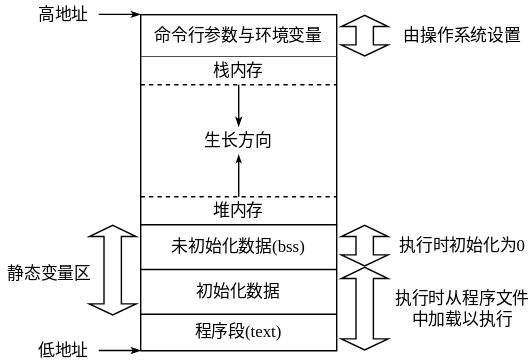
Deadline039/Deadline039.github.io keeps this draw.io diagram as docs/public/C/memory-layout.svg. Above is the earlier version. Source tidied: cells renumbered, new cells last; positions are measured from the earlier drawing's top-left corner, leaving out a move shared by most shapes.
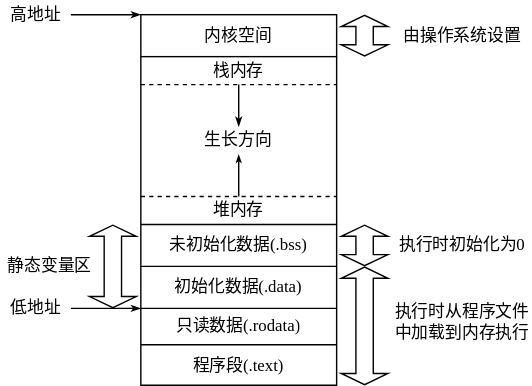
Later version of the same file.

Diff of the diagram source:
```diff
@@ -2,38 +2,46 @@
   <root>
     <mxCell id="0" />
     <mxCell id="1" parent="0" />
-    <mxCell id="2" value="命令行参数与环境变量" style="rounded=0;whiteSpace=wrap;html=1;fontFamily=PingFang SC;" parent="1" vertex="1">
+    <mxCell id="2" value="内核空间" style="rounded=0;whiteSpace=wrap;html=1;fontFamily=PingFang SC;" parent="1" vertex="1">
       <mxGeometry x="100" y="10" width="140" height="30" as="geometry" />
     </mxCell>
-    <mxCell id="3" value="栈内存" style="rounded=0;whiteSpace=wrap;html=1;dashed=1;dashPattern=8 8;strokeColor=none;fontFamily=PingFang SC;" parent="1" vertex="1">
+    <mxCell id="3" value="栈内存" style="rounded=0;whiteSpace=wrap;html=1;dashed=1;dashPattern=8 8;strokeColor=none;fontFamily=PingFang SC;fillColor=none;" parent="1" vertex="1">
       <mxGeometry x="100" y="40" width="140" height="20" as="geometry" />
     </mxCell>
     <mxCell id="4" value="堆内存" style="rounded=0;whiteSpace=wrap;html=1;fillColor=default;strokeColor=none;fontFamily=PingFang SC;" parent="1" vertex="1">
       <mxGeometry x="100" y="140" width="140" height="20" as="geometry" />
     </mxCell>
-    <mxCell id="5" style="shape=table;startSize=0;fontSize=12;fontFamily=PingFang SC;" parent="1" vertex="1">
-      <mxGeometry x="100" y="160" width="140" height="90" as="geometry" />
+    <mxCell id="5" style="shape=table;startSize=0;fontSize=12;fontFamily=PingFang SC;fillColor=default;" parent="1" vertex="1">
+      <mxGeometry x="100" y="160" width="140" height="115" as="geometry" />
     </mxCell>
     <mxCell id="6" style="shape=tableRow;horizontal=0;startSize=0;swimlaneHead=0;swimlaneBody=0;strokeColor=inherit;top=0;left=0;bottom=0;right=0;fillColor=none;points=[[0,0.5],[1,0.5]];portConstraint=eastwest;fontSize=12;fontFamily=PingFang SC;" parent="5" vertex="1">
-      <mxGeometry width="140" height="32" as="geometry" />
+      <mxGeometry width="140" height="30" as="geometry" />
     </mxCell>
-    <mxCell id="7" value="未初始化数据(bss)" style="shape=partialRectangle;html=1;whiteSpace=wrap;strokeColor=inherit;overflow=hidden;fillColor=none;top=0;left=0;bottom=0;right=0;fontSize=12;fontFamily=PingFang SC;" parent="6" vertex="1">
-      <mxGeometry width="140" height="32" as="geometry" />
+    <mxCell id="7" value="未初始化数据(.bss)" style="shape=partialRectangle;html=1;whiteSpace=wrap;strokeColor=inherit;overflow=hidden;fillColor=none;top=0;left=0;bottom=0;right=0;fontSize=12;fontFamily=PingFang SC;" parent="6" vertex="1">
+      <mxGeometry width="140" height="30" as="geometry" />
     </mxCell>
     <mxCell id="8" style="shape=tableRow;horizontal=0;startSize=0;swimlaneHead=0;swimlaneBody=0;strokeColor=inherit;top=0;left=0;bottom=0;right=0;fillColor=none;fontSize=12;fontFamily=PingFang SC;" parent="5" vertex="1">
-      <mxGeometry y="32" width="140" height="32" as="geometry" />
+      <mxGeometry y="30" width="140" height="30" as="geometry" />
     </mxCell>
-    <mxCell id="9" value="初始化数据" style="shape=partialRectangle;html=1;whiteSpace=wrap;strokeColor=inherit;overflow=hidden;fillColor=none;top=0;left=0;bottom=0;right=0;fontSize=12;fontFamily=PingFang SC;" parent="8" vertex="1">
-      <mxGeometry width="140" height="32" as="geometry" />
+    <mxCell id="9" value="初始化数据(.data)" style="shape=partialRectangle;html=1;whiteSpace=wrap;strokeColor=inherit;overflow=hidden;fillColor=none;top=0;left=0;bottom=0;right=0;fontSize=12;fontFamily=PingFang SC;" parent="8" vertex="1">
+      <mxGeometry width="140" height="30" as="geometry" />
     </mxCell>
     <mxCell id="10" style="shape=tableRow;horizontal=0;startSize=0;swimlaneHead=0;swimlaneBody=0;strokeColor=inherit;top=0;left=0;bottom=0;right=0;fillColor=none;fontSize=12;fontFamily=PingFang SC;" parent="5" vertex="1">
-      <mxGeometry y="64" width="140" height="26" as="geometry" />
+      <mxGeometry y="60" width="140" height="26" as="geometry" />
     </mxCell>
-    <mxCell id="11" value="程序段(text)" style="shape=partialRectangle;html=1;whiteSpace=wrap;strokeColor=inherit;overflow=hidden;fillColor=none;top=0;left=0;bottom=0;right=0;fontSize=12;fontFamily=PingFang SC;" parent="10" vertex="1">
+    <mxCell id="11" value="只读数据(.rodata)" style="shape=partialRectangle;html=1;whiteSpace=wrap;strokeColor=inherit;overflow=hidden;fillColor=none;top=0;left=0;bottom=0;right=0;fontSize=12;fontFamily=PingFang SC;" parent="10" vertex="1">
       <mxGeometry width="140" height="26" as="geometry" />
     </mxCell>
+    <mxCell id="31" style="shape=tableRow;horizontal=0;startSize=0;swimlaneHead=0;swimlaneBody=0;strokeColor=inherit;top=0;left=0;bottom=0;right=0;fillColor=none;fontSize=12;fontFamily=PingFang SC;" parent="5" vertex="1">
+      <mxGeometry y="86" width="140" height="29" as="geometry" />
+    </mxCell>
+    <mxCell id="32" value="程序段(.text)" style="shape=partialRectangle;html=1;whiteSpace=wrap;strokeColor=inherit;overflow=hidden;fillColor=none;top=0;left=0;bottom=0;right=0;fontSize=12;fontFamily=PingFang SC;" parent="31" vertex="1">
+      <mxGeometry width="140" height="29" as="geometry" />
+    </mxCell>
-    <mxCell id="12" style="endArrow=none;html=1;rounded=0;entryX=0;entryY=0;entryDx=0;entryDy=0;exitX=0;exitY=0;exitDx=0;exitDy=0;exitPerimeter=0;fontFamily=PingFang SC;" parent="1" edge="1" source="6" target="3">
-      <mxGeometry relative="1" as="geometry" />
+    <mxCell id="12" style="endArrow=none;html=1;rounded=0;entryX=0;entryY=0;entryDx=0;entryDy=0;fontFamily=PingFang SC;" parent="1" edge="1" target="3">
+      <mxGeometry relative="1" as="geometry">
+        <mxPoint x="100" y="160" as="sourcePoint" />
+      </mxGeometry>
     </mxCell>
     <mxCell id="13" style="endArrow=none;html=1;rounded=0;entryX=1;entryY=0;entryDx=0;entryDy=0;fontFamily=PingFang SC;" parent="1" edge="1" target="3">
       <mxGeometry relative="1" as="geometry">
@@ -61,24 +69,12 @@
         <mxPoint x="170" y="90" as="targetPoint" />
       </mxGeometry>
     </mxCell>
-    <mxCell id="18" style="endArrow=classicThin;html=1;rounded=0;endFill=1;endSize=4;fontFamily=PingFang SC;" parent="1" edge="1">
-      <mxGeometry relative="1" as="geometry">
-        <mxPoint x="70" y="9.8" as="sourcePoint" />
-        <mxPoint x="100" y="9.8" as="targetPoint" />
-      </mxGeometry>
+    <mxCell id="18" style="endArrow=classicThin;html=1;rounded=0;endFill=1;endSize=4;fontFamily=PingFang SC;entryX=0;entryY=0;entryDx=0;entryDy=0;exitX=1;exitY=0.5;exitDx=0;exitDy=0;" parent="1" edge="1" source="20" target="2">
+      <mxGeometry relative="1" as="geometry" />
     </mxCell>
-    <mxCell id="19" style="endArrow=classicThin;html=1;rounded=0;endFill=1;endSize=4;fontFamily=PingFang SC;" parent="1" edge="1">
-      <mxGeometry relative="1" as="geometry">
-        <mxPoint x="70" y="249.9" as="sourcePoint" />
-        <mxPoint x="100" y="249.9" as="targetPoint" />
-      </mxGeometry>
-    </mxCell>
     <mxCell id="20" value="高地址" style="text;html=1;align=center;verticalAlign=middle;whiteSpace=wrap;rounded=0;fontFamily=PingFang SC;" parent="1" vertex="1">
-      <mxGeometry x="20" width="50" height="20" as="geometry" />
+      <mxGeometry width="50" height="20" as="geometry" />
     </mxCell>
-    <mxCell id="21" value="低地址" style="text;html=1;align=center;verticalAlign=middle;whiteSpace=wrap;rounded=0;fontFamily=PingFang SC;" parent="1" vertex="1">
-      <mxGeometry x="20" y="240" width="50" height="20" as="geometry" />
-    </mxCell>
     <mxCell id="22" value="生长方向" style="text;html=1;align=center;verticalAlign=middle;whiteSpace=wrap;rounded=0;fontFamily=PingFang SC;" parent="1" vertex="1">
       <mxGeometry x="140" y="90" width="60" height="20" as="geometry" />
     </mxCell>
@@ -90,15 +86,15 @@
     </mxCell>
     <mxCell id="24" style="shape=flexArrow;endArrow=classic;startArrow=classic;html=1;rounded=0;width=12.424242424242426;endSize=2.324242424242424;startSize=2.324242424242424;fontFamily=PingFang SC;" parent="1" edge="1">
       <mxGeometry relative="1" as="geometry">
-        <mxPoint x="260" y="250" as="sourcePoint" />
+        <mxPoint x="260" y="275" as="sourcePoint" />
         <mxPoint x="260" y="190" as="targetPoint" />
       </mxGeometry>
     </mxCell>
     <mxCell id="25" value="执行时初始化为0" style="text;html=1;align=center;verticalAlign=middle;whiteSpace=wrap;rounded=0;fontFamily=PingFang SC;" parent="1" vertex="1">
       <mxGeometry x="280" y="160" width="100" height="30" as="geometry" />
     </mxCell>
-    <mxCell id="26" value="执行时从程序文件中加载以执行" style="text;html=1;align=center;verticalAlign=middle;whiteSpace=wrap;rounded=0;fontFamily=PingFang SC;" parent="1" vertex="1">
-      <mxGeometry x="280" y="200" width="100" height="40" as="geometry" />
+    <mxCell id="26" value="执行时从程序文件中加载到内存执行" style="text;html=1;align=center;verticalAlign=middle;whiteSpace=wrap;rounded=0;fontFamily=PingFang SC;" parent="1" vertex="1">
+      <mxGeometry x="280" y="210" width="100" height="40" as="geometry" />
     </mxCell>
     <mxCell id="27" value="由操作系统设置" style="text;html=1;align=center;verticalAlign=middle;whiteSpace=wrap;rounded=0;fontFamily=PingFang SC;" parent="1" vertex="1">
       <mxGeometry x="280" y="10" width="100" height="30" as="geometry" />
@@ -111,12 +107,18 @@
     </mxCell>
     <mxCell id="29" style="shape=flexArrow;endArrow=classic;startArrow=classic;html=1;rounded=0;width=12.424242424242426;endSize=2.324242424242424;startSize=2.324242424242424;fontFamily=PingFang SC;" parent="1" edge="1">
       <mxGeometry relative="1" as="geometry">
-        <mxPoint x="80" y="225" as="sourcePoint" />
+        <mxPoint x="80" y="220" as="sourcePoint" />
         <mxPoint x="80" y="160" as="targetPoint" />
       </mxGeometry>
     </mxCell>
     <mxCell id="30" value="静态变量区" style="text;html=1;align=center;verticalAlign=middle;whiteSpace=wrap;rounded=0;fontFamily=PingFang SC;" parent="1" vertex="1">
-      <mxGeometry y="180" width="70" height="30" as="geometry" />
+      <mxGeometry y="175" width="70" height="30" as="geometry" />
     </mxCell>
+    <mxCell id="33" style="endArrow=classicThin;html=1;rounded=0;endFill=1;endSize=4;fontFamily=PingFang SC;entryX=0;entryY=0;entryDx=0;entryDy=0;exitX=1;exitY=0.5;exitDx=0;exitDy=0;" parent="1" edge="1" source="21" target="11">
+      <mxGeometry relative="1" as="geometry" />
+    </mxCell>
+    <mxCell id="21" value="低地址" style="text;html=1;align=center;verticalAlign=middle;whiteSpace=wrap;rounded=0;fontFamily=PingFang SC;" parent="1" vertex="1">
+      <mxGeometry y="210" width="50" height="20" as="geometry" />
+    </mxCell>
   </root>
 </mxGraphModel>
```
